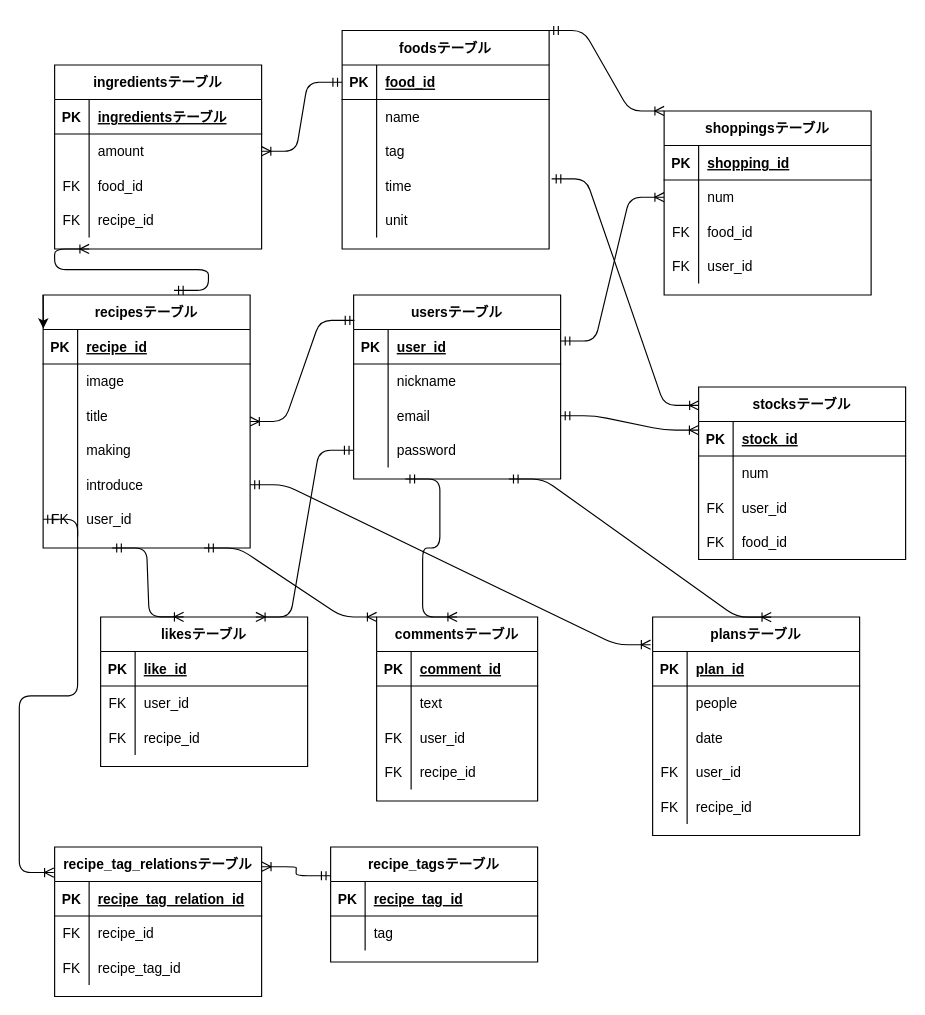
This is er.dio from kazuki-n1335/cooking_app-32561, a draw.io file, before an edit. Source tidied: cells renumbered, new cells numbered last; positions are measured from the earlier drawing's top-left corner, leaving out a move shared by most shapes. Both pictures are drawn from the tidied source at 115%, with x=0, y=0 at pixel (43, 30).
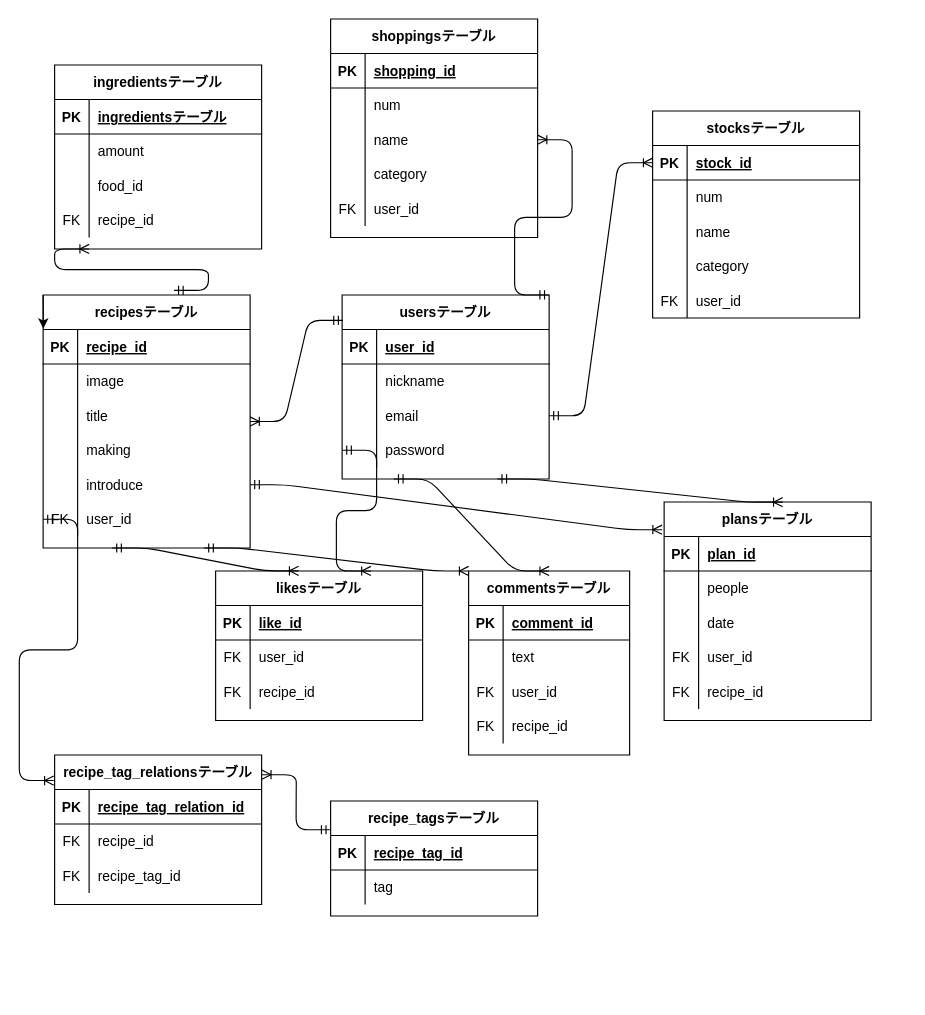
The same diagram, later.

Unchanged cells that the change refers to:
```xml
<mxCell id="54" style="shape=partialRectangle;fillColor=none;top=0;left=0;bottom=0;right=0;points=[[0,0.5],[1,0.5]];portConstraint=eastwest;" parent="50" vertex="1">
  <mxGeometry y="60" width="180" height="30" as="geometry" />
</mxCell>
<mxCell id="57" style="shape=partialRectangle;fillColor=none;top=0;left=0;bottom=0;right=0;" parent="50" vertex="1">
  <mxGeometry y="90" width="180" height="30" as="geometry" />
</mxCell>
<mxCell id="108" style="shape=partialRectangle;fillColor=none;top=0;left=0;bottom=0;right=0;points=[[0,0.5],[1,0.5]];portConstraint=eastwest;" parent="104" vertex="1">
  <mxGeometry y="60" width="180" height="30" as="geometry" />
</mxCell>
<mxCell id="111" style="shape=partialRectangle;fillColor=none;top=0;left=0;bottom=0;right=0;points=[[0,0.5],[1,0.5]];portConstraint=eastwest;" parent="104" vertex="1">
  <mxGeometry y="90" width="180" height="30" as="geometry" />
</mxCell>
```

The edit, as a diff of the source:
```diff
@@
     <mxCell id="2" value="usersテーブル" style="shape=table;startSize=30;childLayout=tableLayout;rowLines=0;fontStyle=1;align=center;" parent="1" vertex="1">
-      <mxGeometry x="270" y="230" width="180" height="160" as="geometry" />
+      <mxGeometry x="260" y="230" width="180" height="160" as="geometry" />
     </mxCell>
@@
-    <mxCell id="15" value="foodsテーブル" style="shape=table;startSize=30;childLayout=tableLayout;rowLines=0;fontStyle=1;align=center;" parent="1" vertex="1">
-      <mxGeometry x="260" width="180" height="190" as="geometry" />
-    </mxCell>
-    <mxCell id="16" style="shape=partialRectangle;fillColor=none;top=0;left=0;bottom=1;right=0;points=[[0,0.5],[1,0.5]];portConstraint=eastwest;" parent="15" vertex="1">
-      <mxGeometry y="30" width="180" height="30" as="geometry" />
-    </mxCell>
-    <mxCell id="17" value="PK" style="shape=partialRectangle;fillColor=none;top=0;left=0;bottom=0;right=0;fontStyle=1;overflow=hidden;" parent="16" vertex="1">
-      <mxGeometry width="30" height="30" as="geometry" />
-    </mxCell>
-    <mxCell id="18" value="food_id" style="shape=partialRectangle;fillColor=none;top=0;left=0;bottom=0;right=0;align=left;spacingLeft=6;fontStyle=5;overflow=hidden;" parent="16" vertex="1">
-      <mxGeometry x="30" width="150" height="30" as="geometry" />
-    </mxCell>
-    <mxCell id="19" style="shape=partialRectangle;fillColor=none;top=0;left=0;bottom=0;right=0;" parent="15" vertex="1">
-      <mxGeometry y="60" width="180" height="30" as="geometry" />
-    </mxCell>
-    <mxCell id="20" style="shape=partialRectangle;fillColor=none;top=0;left=0;bottom=0;right=0;overflow=hidden;" parent="19" vertex="1">
-      <mxGeometry width="30" height="30" as="geometry" />
-    </mxCell>
-    <mxCell id="21" value="name" style="shape=partialRectangle;fillColor=none;top=0;left=0;bottom=0;right=0;align=left;spacingLeft=6;overflow=hidden;" parent="19" vertex="1">
-      <mxGeometry x="30" width="150" height="30" as="geometry" />
-    </mxCell>
-    <mxCell id="22" style="shape=partialRectangle;fillColor=none;top=0;left=0;bottom=0;right=0;" parent="15" vertex="1">
-      <mxGeometry y="90" width="180" height="30" as="geometry" />
-    </mxCell>
-    <mxCell id="23" style="shape=partialRectangle;fillColor=none;top=0;left=0;bottom=0;right=0;overflow=hidden;" parent="22" vertex="1">
-      <mxGeometry width="30" height="30" as="geometry" />
-    </mxCell>
-    <mxCell id="24" value="tag" style="shape=partialRectangle;fillColor=none;top=0;left=0;bottom=0;right=0;align=left;spacingLeft=6;overflow=hidden;" parent="22" vertex="1">
-      <mxGeometry x="30" width="150" height="30" as="geometry" />
-    </mxCell>
-    <mxCell id="25" style="shape=partialRectangle;fillColor=none;top=0;left=0;bottom=0;right=0;points=[[0,0.5],[1,0.5]];portConstraint=eastwest;" parent="15" vertex="1">
-      <mxGeometry y="120" width="180" height="30" as="geometry" />
-    </mxCell>
-    <mxCell id="26" style="shape=partialRectangle;fillColor=none;top=0;left=0;bottom=0;right=0;overflow=hidden;" parent="25" vertex="1">
-      <mxGeometry width="30" height="30" as="geometry" />
-    </mxCell>
-    <mxCell id="27" value="time" style="shape=partialRectangle;fillColor=none;top=0;left=0;bottom=0;right=0;align=left;spacingLeft=6;overflow=hidden;" parent="25" vertex="1">
-      <mxGeometry x="30" width="150" height="30" as="geometry" />
-    </mxCell>
-    <mxCell id="28" style="shape=partialRectangle;fillColor=none;top=0;left=0;bottom=0;right=0;" parent="15" vertex="1">
-      <mxGeometry y="150" width="180" height="30" as="geometry" />
-    </mxCell>
-    <mxCell id="29" style="shape=partialRectangle;fillColor=none;top=0;left=0;bottom=0;right=0;overflow=hidden;" parent="28" vertex="1">
-      <mxGeometry width="30" height="30" as="geometry" />
-    </mxCell>
-    <mxCell id="30" value="unit" style="shape=partialRectangle;fillColor=none;top=0;left=0;bottom=0;right=0;align=left;spacingLeft=6;overflow=hidden;" parent="28" vertex="1">
-      <mxGeometry x="30" width="150" height="30" as="geometry" />
-    </mxCell>
@@
-    <mxCell id="58" value="FK" style="shape=partialRectangle;fillColor=none;top=0;left=0;bottom=0;right=0;fontStyle=0;overflow=hidden;" parent="57" vertex="1">
+    <mxCell id="58" style="shape=partialRectangle;fillColor=none;top=0;left=0;bottom=0;right=0;fontStyle=0;overflow=hidden;" parent="57" vertex="1">
       <mxGeometry width="30" height="30" as="geometry" />
     </mxCell>
@@
-    <mxCell id="65" style="edgeStyle=entityRelationEdgeStyle;fontSize=12;html=1;endArrow=ERoneToMany;startArrow=ERmandOne;exitX=0;exitY=0.5;exitDx=0;exitDy=0;entryX=1;entryY=0.5;entryDx=0;entryDy=0;" parent="1" edge="1" source="16" target="54">
-      <mxGeometry relative="1" as="geometry" />
-    </mxCell>
     <mxCell id="66" value="recipe_tag_relationsテーブル" style="shape=table;startSize=30;childLayout=tableLayout;rowLines=0;fontStyle=1;align=center;" parent="1" vertex="1">
-      <mxGeometry x="10" y="710" width="180" height="130" as="geometry" />
+      <mxGeometry x="10" y="630" width="180" height="130" as="geometry" />
     </mxCell>
@@
     <mxCell id="76" value="recipe_tagsテーブル" style="shape=table;startSize=30;childLayout=tableLayout;rowLines=0;fontStyle=1;align=center;" parent="1" vertex="1">
-      <mxGeometry x="250" y="710" width="180" height="100" as="geometry" />
+      <mxGeometry x="250" y="670" width="180" height="100" as="geometry" />
     </mxCell>
@@
     <mxCell id="85" value="plansテーブル" style="shape=table;startSize=30;childLayout=tableLayout;rowLines=0;fontStyle=1;align=center;" parent="1" vertex="1">
-      <mxGeometry x="530" y="510" width="180" height="190" as="geometry" />
+      <mxGeometry x="540" y="410" width="180" height="190" as="geometry" />
     </mxCell>
@@
     <mxCell id="104" value="shoppingsテーブル" style="shape=table;startSize=30;childLayout=tableLayout;rowLines=0;fontStyle=1;align=center;" parent="1" vertex="1">
-      <mxGeometry x="540" y="70" width="180" height="160" as="geometry" />
+      <mxGeometry x="250" y="-10" width="180" height="190" as="geometry" />
     </mxCell>
@@
-    <mxCell id="112" value="FK" style="shape=partialRectangle;fillColor=none;top=0;left=0;bottom=0;right=0;fontStyle=0;overflow=hidden;" parent="111" vertex="1">
+    <mxCell id="112" style="shape=partialRectangle;fillColor=none;top=0;left=0;bottom=0;right=0;fontStyle=0;overflow=hidden;" parent="111" vertex="1">
       <mxGeometry width="30" height="30" as="geometry" />
     </mxCell>
-    <mxCell id="113" value="food_id" style="shape=partialRectangle;fillColor=none;top=0;left=0;bottom=0;right=0;align=left;spacingLeft=6;fontStyle=0;overflow=hidden;" parent="111" vertex="1">
+    <mxCell id="113" value="name" style="shape=partialRectangle;fillColor=none;top=0;left=0;bottom=0;right=0;align=left;spacingLeft=6;fontStyle=0;overflow=hidden;" parent="111" vertex="1">
       <mxGeometry x="30" width="150" height="30" as="geometry" />
     </mxCell>
+    <mxCell id="24" style="shape=partialRectangle;fillColor=none;top=0;left=0;bottom=0;right=0;" parent="104" vertex="1">
+      <mxGeometry y="120" width="180" height="30" as="geometry" />
+    </mxCell>
+    <mxCell id="161" style="shape=partialRectangle;fillColor=none;top=0;left=0;bottom=0;right=0;overflow=hidden;" parent="24" vertex="1">
+      <mxGeometry width="30" height="30" as="geometry" />
+    </mxCell>
+    <mxCell id="162" value="category" style="shape=partialRectangle;fillColor=none;top=0;left=0;bottom=0;right=0;align=left;spacingLeft=6;overflow=hidden;" parent="24" vertex="1">
+      <mxGeometry x="30" width="150" height="30" as="geometry" />
+    </mxCell>
     <mxCell id="114" style="shape=partialRectangle;fillColor=none;top=0;left=0;bottom=0;right=0;" parent="104" vertex="1">
-      <mxGeometry y="120" width="180" height="30" as="geometry" />
+      <mxGeometry y="150" width="180" height="30" as="geometry" />
     </mxCell>
@@
     <mxCell id="117" value="stocksテーブル" style="shape=table;startSize=30;childLayout=tableLayout;rowLines=0;fontStyle=1;align=center;" parent="1" vertex="1">
-      <mxGeometry x="570" y="310" width="180" height="150" as="geometry" />
+      <mxGeometry x="530" y="70" width="180" height="180" as="geometry" />
     </mxCell>
@@
+    <mxCell id="127" style="shape=partialRectangle;fillColor=none;top=0;left=0;bottom=0;right=0;" parent="117" vertex="1">
+      <mxGeometry y="90" width="180" height="30" as="geometry" />
+    </mxCell>
+    <mxCell id="128" style="shape=partialRectangle;fillColor=none;top=0;left=0;bottom=0;right=0;fontStyle=0;overflow=hidden;" parent="127" vertex="1">
+      <mxGeometry width="30" height="30" as="geometry" />
+    </mxCell>
+    <mxCell id="129" value="name" style="shape=partialRectangle;fillColor=none;top=0;left=0;bottom=0;right=0;align=left;spacingLeft=6;fontStyle=0;overflow=hidden;" parent="127" vertex="1">
+      <mxGeometry x="30" width="150" height="30" as="geometry" />
+    </mxCell>
+    <mxCell id="25" style="shape=partialRectangle;fillColor=none;top=0;left=0;bottom=0;right=0;points=[[0,0.5],[1,0.5]];portConstraint=eastwest;" parent="117" vertex="1">
+      <mxGeometry y="120" width="180" height="30" as="geometry" />
+    </mxCell>
+    <mxCell id="163" style="shape=partialRectangle;fillColor=none;top=0;left=0;bottom=0;right=0;overflow=hidden;" parent="25" vertex="1">
+      <mxGeometry width="30" height="30" as="geometry" />
+    </mxCell>
+    <mxCell id="164" value="category" style="shape=partialRectangle;fillColor=none;top=0;left=0;bottom=0;right=0;align=left;spacingLeft=6;overflow=hidden;" parent="25" vertex="1">
+      <mxGeometry x="30" width="150" height="30" as="geometry" />
+    </mxCell>
     <mxCell id="124" style="shape=partialRectangle;fillColor=none;top=0;left=0;bottom=0;right=0;" parent="117" vertex="1">
-      <mxGeometry y="90" width="180" height="30" as="geometry" />
+      <mxGeometry y="150" width="180" height="30" as="geometry" />
     </mxCell>
@@
-    <mxCell id="127" style="shape=partialRectangle;fillColor=none;top=0;left=0;bottom=0;right=0;" parent="117" vertex="1">
-      <mxGeometry y="120" width="180" height="30" as="geometry" />
-    </mxCell>
-    <mxCell id="128" value="FK" style="shape=partialRectangle;fillColor=none;top=0;left=0;bottom=0;right=0;fontStyle=0;overflow=hidden;" parent="127" vertex="1">
-      <mxGeometry width="30" height="30" as="geometry" />
-    </mxCell>
-    <mxCell id="129" value="food_id" style="shape=partialRectangle;fillColor=none;top=0;left=0;bottom=0;right=0;align=left;spacingLeft=6;fontStyle=0;overflow=hidden;" parent="127" vertex="1">
-      <mxGeometry x="30" width="150" height="30" as="geometry" />
-    </mxCell>
-    <mxCell id="130" style="edgeStyle=entityRelationEdgeStyle;fontSize=12;html=1;endArrow=ERoneToMany;startArrow=ERmandOne;exitX=1;exitY=0.25;exitDx=0;exitDy=0;entryX=0;entryY=0.5;entryDx=0;entryDy=0;" parent="1" edge="1" source="2" target="108">
+    <mxCell id="130" style="edgeStyle=entityRelationEdgeStyle;fontSize=12;html=1;endArrow=ERoneToMany;startArrow=ERmandOne;exitX=1;exitY=0;exitDx=0;exitDy=0;entryX=1;entryY=0.5;entryDx=0;entryDy=0;" parent="1" edge="1" source="2" target="111">
       <mxGeometry relative="1" as="geometry" />
     </mxCell>
@@
     <mxCell id="132" value="commentsテーブル" style="shape=table;startSize=30;childLayout=tableLayout;rowLines=0;fontStyle=1;align=center;" parent="1" vertex="1">
-      <mxGeometry x="290" y="510" width="140" height="160" as="geometry" />
+      <mxGeometry x="370" y="470" width="140" height="160" as="geometry" />
     </mxCell>
@@
     <mxCell id="145" value="likesテーブル" style="shape=table;startSize=30;childLayout=tableLayout;rowLines=0;fontStyle=1;align=center;" parent="1" vertex="1">
-      <mxGeometry x="50" y="510" width="180" height="130" as="geometry" />
+      <mxGeometry x="150" y="470" width="180" height="130" as="geometry" />
     </mxCell>
@@
-    <mxCell id="159" style="edgeStyle=entityRelationEdgeStyle;fontSize=12;html=1;endArrow=ERoneToMany;startArrow=ERmandOne;entryX=0;entryY=0;entryDx=0;entryDy=0;exitX=1;exitY=0;exitDx=0;exitDy=0;" parent="1" edge="1" source="15" target="104">
-      <mxGeometry relative="1" as="geometry" />
-    </mxCell>
-    <mxCell id="160" style="edgeStyle=entityRelationEdgeStyle;fontSize=12;html=1;endArrow=ERoneToMany;startArrow=ERmandOne;exitX=1.012;exitY=0.3;exitDx=0;exitDy=0;exitPerimeter=0;entryX=0.001;entryY=0.107;entryDx=0;entryDy=0;entryPerimeter=0;" parent="1" edge="1" source="25" target="117">
-      <mxGeometry relative="1" as="geometry" />
-    </mxCell>
```
